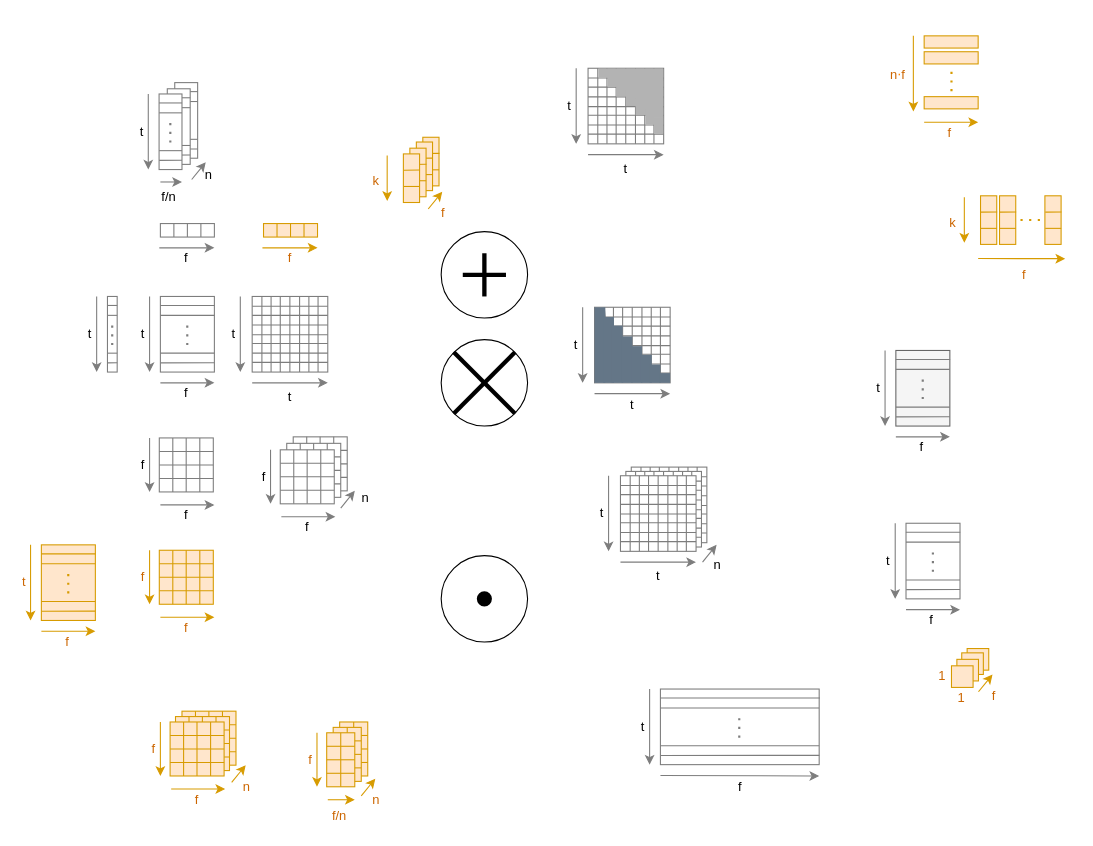
Above: page "Base Figures" (1 of 5) of Untitled Diagram.drawio in OleguerCanal/diagrams (draw.io), before the change. Source tidied: cells renumbered, new cells numbered last; positions are measured from the earlier drawing's top-left corner, leaving out a move shared by most shapes. Both pictures are drawn from the tidied source at 108%, with x=0, y=0 at pixel (18, 36).
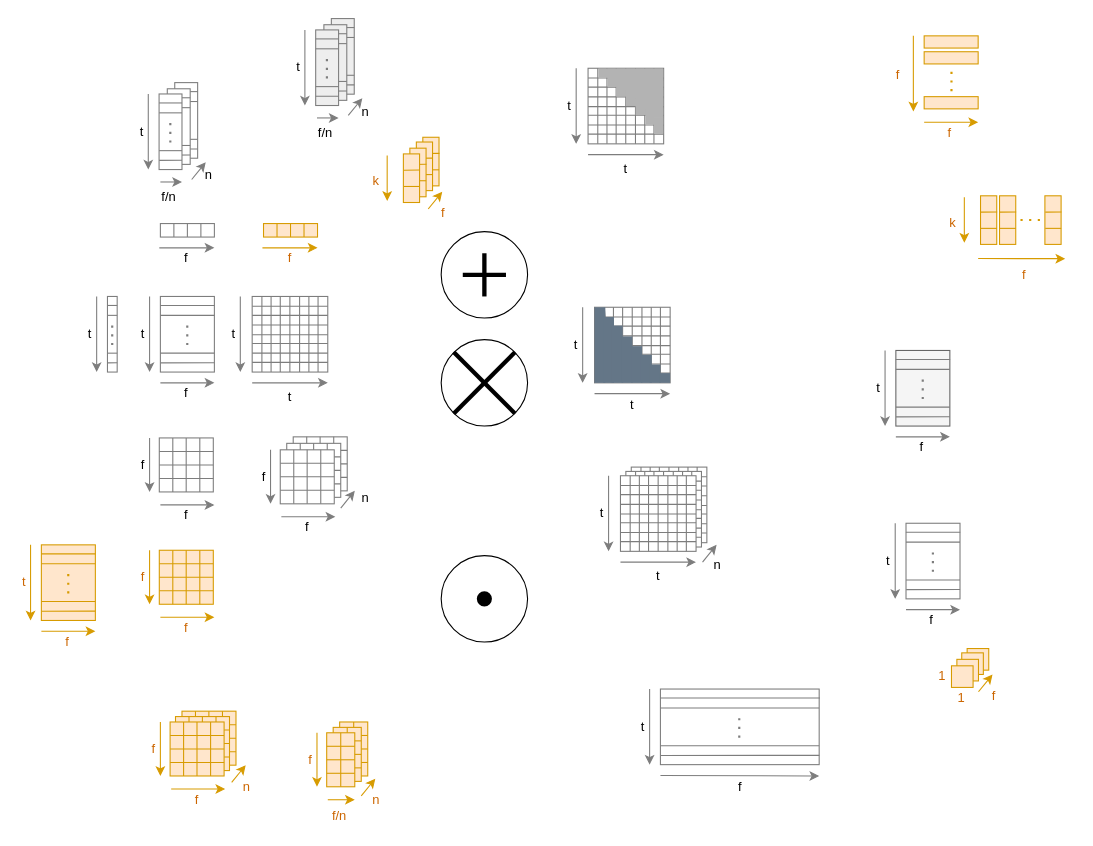
Above is the later version.

The edit, as a diff of the source:
```diff
@@
-    <mxCell id="355" value="n&lt;span style=&quot;font-family: &amp;#34;mathjax_main&amp;#34; ; text-align: left ; background-color: rgb(255 , 255 , 255)&quot;&gt;&lt;font style=&quot;font-size: 12px&quot; color=&quot;#ff8000&quot;&gt;⋅&lt;/font&gt;&lt;/span&gt;f" style="text;html=1;strokeColor=none;fillColor=none;align=center;verticalAlign=middle;whiteSpace=wrap;rounded=0;fontColor=#CC6600;" parent="1" vertex="1">
+    <mxCell id="355" value="f" style="text;html=1;strokeColor=none;fillColor=none;align=center;verticalAlign=middle;whiteSpace=wrap;rounded=0;fontColor=#CC6600;" parent="1" vertex="1">
       <mxGeometry x="797" y="25.7" width="34" height="20" as="geometry" />
     </mxCell>
@@
+    <mxCell id="370" style="rounded=0;whiteSpace=wrap;html=1;strokeColor=#7D7D7D;fillColor=#eeeeee;" parent="1" vertex="1">
+      <mxGeometry x="289.3" y="-16.3" width="21.2" height="70" as="geometry" />
+    </mxCell>
+    <mxCell id="371" style="endArrow=none;html=1;rounded=0;entryX=1;entryY=0.25;entryDx=0;entryDy=0;exitX=0;exitY=0.25;exitDx=0;exitDy=0;strokeColor=#7D7D7D;" parent="1" edge="1" source="370" target="370">
+      <mxGeometry relative="1" as="geometry" />
+    </mxCell>
+    <mxCell id="372" style="endArrow=none;html=1;rounded=0;entryX=1;entryY=0.75;entryDx=0;entryDy=0;exitX=0;exitY=0.75;exitDx=0;exitDy=0;strokeColor=#7D7D7D;" parent="1" edge="1" source="370" target="370">
+      <mxGeometry relative="1" as="geometry" />
+    </mxCell>
+    <mxCell id="373" style="endArrow=none;html=1;rounded=0;exitX=-0.002;exitY=0.119;exitDx=0;exitDy=0;exitPerimeter=0;entryX=1.005;entryY=0.119;entryDx=0;entryDy=0;entryPerimeter=0;strokeColor=#7D7D7D;" parent="1" edge="1" source="370" target="370">
+      <mxGeometry relative="1" as="geometry" />
+    </mxCell>
+    <mxCell id="374" style="endArrow=none;html=1;rounded=0;exitX=0.003;exitY=0.878;exitDx=0;exitDy=0;exitPerimeter=0;entryX=1.001;entryY=0.877;entryDx=0;entryDy=0;entryPerimeter=0;strokeColor=#7D7D7D;" parent="1" edge="1" source="370" target="370">
+      <mxGeometry relative="1" as="geometry" />
+    </mxCell>
+    <mxCell id="375" style="endArrow=none;dashed=1;html=1;dashPattern=1 3;strokeWidth=2;rounded=0;strokeColor=#7D7D7D;" parent="1" edge="1">
+      <mxGeometry relative="1" as="geometry">
+        <mxPoint x="299.8" y="28.7" as="sourcePoint" />
+        <mxPoint x="299.8" y="8.7" as="targetPoint" />
+        <Array as="points">
+          <mxPoint x="299.8" y="28.7" />
+        </Array>
+      </mxGeometry>
+    </mxCell>
+    <mxCell id="376" style="rounded=0;whiteSpace=wrap;html=1;strokeColor=#7D7D7D;fillColor=#eeeeee;" parent="1" vertex="1">
+      <mxGeometry x="282.4" y="-10.6" width="21.2" height="70" as="geometry" />
+    </mxCell>
+    <mxCell id="377" style="endArrow=none;html=1;rounded=0;entryX=1;entryY=0.25;entryDx=0;entryDy=0;exitX=0;exitY=0.25;exitDx=0;exitDy=0;strokeColor=#7D7D7D;" parent="1" edge="1" source="376" target="376">
+      <mxGeometry relative="1" as="geometry" />
+    </mxCell>
+    <mxCell id="378" style="endArrow=none;html=1;rounded=0;entryX=1;entryY=0.75;entryDx=0;entryDy=0;exitX=0;exitY=0.75;exitDx=0;exitDy=0;strokeColor=#7D7D7D;" parent="1" edge="1" source="376" target="376">
+      <mxGeometry relative="1" as="geometry" />
+    </mxCell>
+    <mxCell id="379" style="endArrow=none;html=1;rounded=0;exitX=-0.002;exitY=0.119;exitDx=0;exitDy=0;exitPerimeter=0;entryX=1.005;entryY=0.119;entryDx=0;entryDy=0;entryPerimeter=0;strokeColor=#7D7D7D;" parent="1" edge="1" source="376" target="376">
+      <mxGeometry relative="1" as="geometry" />
+    </mxCell>
+    <mxCell id="380" style="endArrow=none;html=1;rounded=0;exitX=0.003;exitY=0.878;exitDx=0;exitDy=0;exitPerimeter=0;entryX=1.001;entryY=0.877;entryDx=0;entryDy=0;entryPerimeter=0;strokeColor=#7D7D7D;" parent="1" edge="1" source="376" target="376">
+      <mxGeometry relative="1" as="geometry" />
+    </mxCell>
+    <mxCell id="381" style="endArrow=none;dashed=1;html=1;dashPattern=1 3;strokeWidth=2;rounded=0;strokeColor=#7D7D7D;" parent="1" edge="1">
+      <mxGeometry relative="1" as="geometry">
+        <mxPoint x="292.8" y="34.4" as="sourcePoint" />
+        <mxPoint x="292.8" y="14.4" as="targetPoint" />
+        <Array as="points">
+          <mxPoint x="292.8" y="34.4" />
+        </Array>
+      </mxGeometry>
+    </mxCell>
+    <mxCell id="382" style="rounded=0;whiteSpace=wrap;html=1;strokeColor=#7D7D7D;fillColor=#eeeeee;" parent="1" vertex="1">
+      <mxGeometry x="274.8" y="-5.8" width="21.2" height="70" as="geometry" />
+    </mxCell>
+    <mxCell id="383" style="endArrow=none;html=1;rounded=0;entryX=1;entryY=0.25;entryDx=0;entryDy=0;exitX=0;exitY=0.25;exitDx=0;exitDy=0;strokeColor=#7D7D7D;" parent="1" edge="1" source="382" target="382">
+      <mxGeometry relative="1" as="geometry" />
+    </mxCell>
+    <mxCell id="384" style="endArrow=none;html=1;rounded=0;entryX=1;entryY=0.75;entryDx=0;entryDy=0;exitX=0;exitY=0.75;exitDx=0;exitDy=0;strokeColor=#7D7D7D;" parent="1" edge="1" source="382" target="382">
+      <mxGeometry relative="1" as="geometry" />
+    </mxCell>
+    <mxCell id="385" style="endArrow=none;html=1;rounded=0;exitX=-0.002;exitY=0.119;exitDx=0;exitDy=0;exitPerimeter=0;entryX=1.005;entryY=0.119;entryDx=0;entryDy=0;entryPerimeter=0;strokeColor=#7D7D7D;" parent="1" edge="1" source="382" target="382">
+      <mxGeometry relative="1" as="geometry" />
+    </mxCell>
+    <mxCell id="386" style="endArrow=none;html=1;rounded=0;exitX=0.003;exitY=0.878;exitDx=0;exitDy=0;exitPerimeter=0;entryX=1.001;entryY=0.877;entryDx=0;entryDy=0;entryPerimeter=0;strokeColor=#7D7D7D;" parent="1" edge="1" source="382" target="382">
+      <mxGeometry relative="1" as="geometry" />
+    </mxCell>
+    <mxCell id="387" style="endArrow=none;dashed=1;html=1;dashPattern=1 3;strokeWidth=2;rounded=0;strokeColor=#7D7D7D;" parent="1" edge="1">
+      <mxGeometry relative="1" as="geometry">
+        <mxPoint x="285.2" y="39.2" as="sourcePoint" />
+        <mxPoint x="285.2" y="19.2" as="targetPoint" />
+        <Array as="points">
+          <mxPoint x="285.2" y="39.2" />
+        </Array>
+      </mxGeometry>
+    </mxCell>
+    <mxCell id="388" style="endArrow=classic;html=1;rounded=0;strokeColor=#7D7D7D;" parent="1" edge="1">
+      <mxGeometry relative="1" as="geometry">
+        <mxPoint x="264.8" y="-5.8" as="sourcePoint" />
+        <mxPoint x="264.8" y="64.2" as="targetPoint" />
+      </mxGeometry>
+    </mxCell>
+    <mxCell id="389" style="endArrow=classic;html=1;rounded=0;strokeColor=#7D7D7D;" parent="1" edge="1">
+      <mxGeometry relative="1" as="geometry">
+        <mxPoint x="276" y="75.7" as="sourcePoint" />
+        <mxPoint x="296" y="75.7" as="targetPoint" />
+      </mxGeometry>
+    </mxCell>
+    <mxCell id="390" value="t" style="text;html=1;strokeColor=none;fillColor=none;align=center;verticalAlign=middle;whiteSpace=wrap;rounded=0;" parent="1" vertex="1">
+      <mxGeometry x="253.8" y="14.2" width="10" height="30" as="geometry" />
+    </mxCell>
+    <mxCell id="391" value="f/n" style="text;html=1;strokeColor=none;fillColor=none;align=center;verticalAlign=middle;whiteSpace=wrap;rounded=0;" parent="1" vertex="1">
+      <mxGeometry x="279.3" y="79.7" width="10" height="20" as="geometry" />
+    </mxCell>
+    <mxCell id="392" style="endArrow=classic;html=1;rounded=0;strokeColor=#7D7D7D;" parent="1" edge="1">
+      <mxGeometry relative="1" as="geometry">
+        <mxPoint x="305" y="73.4" as="sourcePoint" />
+        <mxPoint x="318" y="57.4" as="targetPoint" />
+      </mxGeometry>
+    </mxCell>
+    <mxCell id="393" value="n" style="text;html=1;strokeColor=none;fillColor=none;align=center;verticalAlign=middle;whiteSpace=wrap;rounded=0;" parent="1" vertex="1">
+      <mxGeometry x="316" y="59.7" width="10" height="20" as="geometry" />
+    </mxCell>
```
